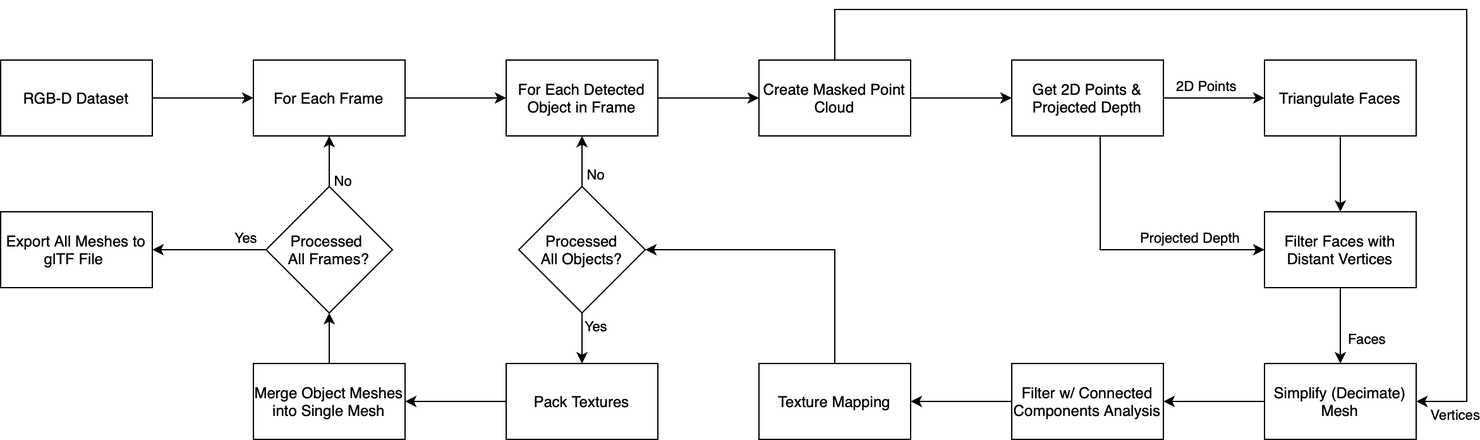
This is images/vtm_dynamic_mesh_reconstruction.png from AnthonyDickson/HIVE, a draw.io export, as it was before one commit. Source tidied: cells renumbered, new cells last; positions are measured from the earlier drawing's top-left corner, leaving out a move shared by most shapes.
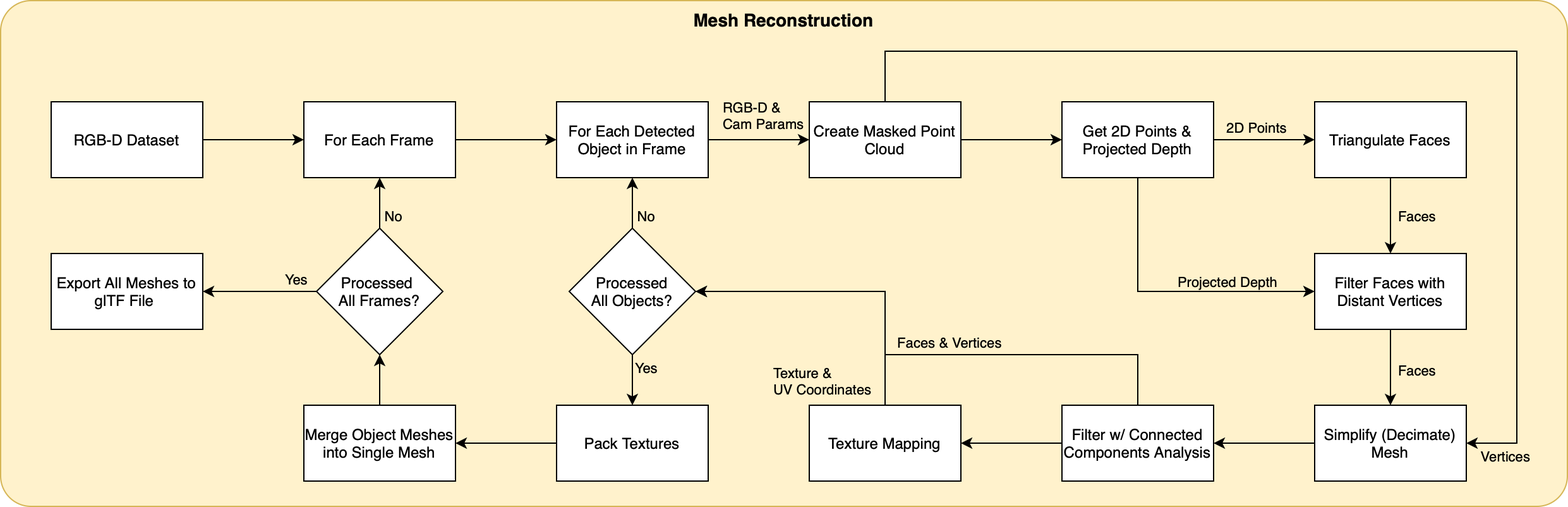
The same diagram one commit later.

Commit message:
Update diagrams in README.md and add source files for diagrams.

Diff of the diagram source:
```diff
@@ -2,31 +2,39 @@
   <root>
     <mxCell id="0" />
     <mxCell id="1" parent="0" />
+    <mxCell id="44" style="rounded=1;whiteSpace=wrap;html=1;arcSize=6;fillColor=#fff2cc;strokeColor=#d6b656;labelBackgroundColor=none;" parent="1" vertex="1">
+      <mxGeometry x="-40" y="-40" width="1240" height="400" as="geometry" />
+    </mxCell>
-    <mxCell id="2" style="rounded=0;whiteSpace=wrap;html=1;" parent="1" vertex="1">
+    <mxCell id="2" style="rounded=0;whiteSpace=wrap;html=1;labelBackgroundColor=none;" parent="1" vertex="1">
       <mxGeometry y="40" width="120" height="60" as="geometry" />
     </mxCell>
-    <mxCell id="3" style="edgeStyle=orthogonalEdgeStyle;rounded=0;jettySize=auto;html=1;" parent="1" edge="1" source="4" target="6">
+    <mxCell id="3" style="edgeStyle=orthogonalEdgeStyle;rounded=0;jettySize=auto;html=1;labelBackgroundColor=none;" parent="1" edge="1" source="4" target="6">
       <mxGeometry relative="1" as="geometry" />
     </mxCell>
-    <mxCell id="4" value="RGB-D Dataset" style="rounded=0;whiteSpace=wrap;html=1;" parent="1" vertex="1">
+    <mxCell id="4" value="RGB-D Dataset" style="rounded=0;whiteSpace=wrap;html=1;labelBackgroundColor=none;" parent="1" vertex="1">
       <mxGeometry y="40" width="120" height="60" as="geometry" />
     </mxCell>
-    <mxCell id="5" style="edgeStyle=orthogonalEdgeStyle;rounded=0;jettySize=auto;html=1;" parent="1" edge="1" source="6" target="8">
+    <mxCell id="5" style="edgeStyle=orthogonalEdgeStyle;rounded=0;jettySize=auto;html=1;labelBackgroundColor=none;" parent="1" edge="1" source="6" target="8">
       <mxGeometry relative="1" as="geometry" />
     </mxCell>
-    <mxCell id="6" value="For Each Frame" style="rounded=0;whiteSpace=wrap;html=1;" parent="1" vertex="1">
+    <mxCell id="6" value="For Each Frame" style="rounded=0;whiteSpace=wrap;html=1;labelBackgroundColor=none;" parent="1" vertex="1">
       <mxGeometry x="200" y="40" width="120" height="60" as="geometry" />
     </mxCell>
-    <mxCell id="7" style="edgeStyle=orthogonalEdgeStyle;rounded=0;jettySize=auto;html=1;" parent="1" edge="1" source="8" target="12">
+    <mxCell id="7" style="edgeStyle=orthogonalEdgeStyle;rounded=0;jettySize=auto;html=1;labelBackgroundColor=none;" parent="1" edge="1" source="8" target="12">
       <mxGeometry relative="1" as="geometry" />
     </mxCell>
+    <mxCell id="45" value="RGB-D &amp;amp;&amp;nbsp;&lt;br&gt;Cam Params" style="edgeLabel;html=1;align=left;verticalAlign=middle;labelBackgroundColor=none;" parent="7" vertex="1">
+      <mxGeometry x="-0.38" y="-2" relative="1" as="geometry">
+        <mxPoint x="-15" y="-22" as="offset" />
+      </mxGeometry>
+    </mxCell>
-    <mxCell id="8" value="For Each Detected Object in Frame" style="rounded=0;whiteSpace=wrap;html=1;" parent="1" vertex="1">
+    <mxCell id="8" value="For Each Detected Object in Frame" style="rounded=0;whiteSpace=wrap;html=1;labelBackgroundColor=none;" parent="1" vertex="1">
       <mxGeometry x="400" y="40" width="120" height="60" as="geometry" />
     </mxCell>
-    <mxCell id="9" style="edgeStyle=orthogonalEdgeStyle;rounded=0;jettySize=auto;html=1;" parent="1" edge="1" source="12" target="17">
+    <mxCell id="9" style="edgeStyle=orthogonalEdgeStyle;rounded=0;jettySize=auto;html=1;labelBackgroundColor=none;" parent="1" edge="1" source="12" target="17">
       <mxGeometry relative="1" as="geometry" />
     </mxCell>
-    <mxCell id="10" style="edgeStyle=orthogonalEdgeStyle;rounded=0;jettySize=auto;html=1;exitX=0.5;exitY=0;exitDx=0;exitDy=0;entryX=1;entryY=0.5;entryDx=0;entryDy=0;" parent="1" edge="1" source="12" target="24">
+    <mxCell id="10" style="edgeStyle=orthogonalEdgeStyle;rounded=0;jettySize=auto;html=1;exitX=0.5;exitY=0;exitDx=0;exitDy=0;entryX=1;entryY=0.5;entryDx=0;entryDy=0;labelBackgroundColor=none;" parent="1" edge="1" source="12" target="24">
       <mxGeometry relative="1" as="geometry">
         <Array as="points">
           <mxPoint x="660" />
@@ -35,44 +43,49 @@
         </Array>
       </mxGeometry>
     </mxCell>
-    <mxCell id="11" value="Vertices" style="edgeLabel;html=1;align=center;verticalAlign=middle;" parent="10" vertex="1">
+    <mxCell id="11" value="Vertices" style="edgeLabel;html=1;align=center;verticalAlign=middle;labelBackgroundColor=none;" parent="10" vertex="1">
       <mxGeometry x="0.69" y="-3" relative="1" as="geometry">
         <mxPoint x="-7" y="106" as="offset" />
       </mxGeometry>
     </mxCell>
-    <mxCell id="12" value="Create Masked Point Cloud" style="rounded=0;whiteSpace=wrap;html=1;" parent="1" vertex="1">
+    <mxCell id="12" value="Create Masked Point Cloud" style="rounded=0;whiteSpace=wrap;html=1;labelBackgroundColor=none;" parent="1" vertex="1">
       <mxGeometry x="600" y="40" width="120" height="60" as="geometry" />
     </mxCell>
-    <mxCell id="13" style="edgeStyle=orthogonalEdgeStyle;rounded=0;jettySize=auto;html=1;" parent="1" edge="1" source="17" target="19">
+    <mxCell id="13" style="edgeStyle=orthogonalEdgeStyle;rounded=0;jettySize=auto;html=1;labelBackgroundColor=none;" parent="1" edge="1" source="17" target="19">
       <mxGeometry relative="1" as="geometry" />
     </mxCell>
-    <mxCell id="14" value="2D Points" style="edgeLabel;html=1;align=center;verticalAlign=middle;" parent="13" vertex="1">
+    <mxCell id="14" value="2D Points" style="edgeLabel;html=1;align=center;verticalAlign=middle;labelBackgroundColor=none;" parent="13" vertex="1">
       <mxGeometry x="-0.3" y="2" relative="1" as="geometry">
         <mxPoint x="5" y="-8" as="offset" />
       </mxGeometry>
     </mxCell>
-    <mxCell id="15" style="edgeStyle=orthogonalEdgeStyle;rounded=0;jettySize=auto;html=1;entryX=0;entryY=0.5;entryDx=0;entryDy=0;" parent="1" edge="1" source="17" target="22">
+    <mxCell id="15" style="edgeStyle=orthogonalEdgeStyle;rounded=0;jettySize=auto;html=1;entryX=0;entryY=0.5;entryDx=0;entryDy=0;labelBackgroundColor=none;exitX=0.5;exitY=1;exitDx=0;exitDy=0;" parent="1" edge="1" source="17" target="22">
       <mxGeometry relative="1" as="geometry">
         <Array as="points">
-          <mxPoint x="870" y="190" />
+          <mxPoint x="860" y="190" />
         </Array>
       </mxGeometry>
     </mxCell>
-    <mxCell id="16" value="Projected Depth" style="edgeLabel;html=1;align=center;verticalAlign=middle;" parent="15" vertex="1">
+    <mxCell id="16" value="Projected Depth" style="edgeLabel;html=1;align=center;verticalAlign=middle;labelBackgroundColor=none;" parent="15" vertex="1">
       <mxGeometry x="-0.7" y="4" relative="1" as="geometry">
         <mxPoint x="66" y="47" as="offset" />
       </mxGeometry>
     </mxCell>
-    <mxCell id="17" value="Get 2D Points &amp;amp; Projected Depth" style="rounded=0;whiteSpace=wrap;html=1;" parent="1" vertex="1">
+    <mxCell id="17" value="Get 2D Points &amp;amp; Projected Depth" style="rounded=0;whiteSpace=wrap;html=1;labelBackgroundColor=none;" parent="1" vertex="1">
       <mxGeometry x="800" y="40" width="120" height="60" as="geometry" />
     </mxCell>
-    <mxCell id="18" style="edgeStyle=orthogonalEdgeStyle;rounded=0;jettySize=auto;html=1;" parent="1" edge="1" source="19" target="22">
+    <mxCell id="18" style="edgeStyle=orthogonalEdgeStyle;rounded=0;jettySize=auto;html=1;labelBackgroundColor=none;" parent="1" edge="1" source="19" target="22">
       <mxGeometry relative="1" as="geometry" />
     </mxCell>
+    <mxCell id="46" value="Faces" style="edgeLabel;html=1;align=center;verticalAlign=middle;labelBackgroundColor=none;" parent="18" vertex="1">
+      <mxGeometry x="-0.33" y="2" relative="1" as="geometry">
+        <mxPoint x="18" y="10" as="offset" />
+      </mxGeometry>
+    </mxCell>
-    <mxCell id="19" value="Triangulate Faces" style="rounded=0;whiteSpace=wrap;html=1;" parent="1" vertex="1">
+    <mxCell id="19" value="Triangulate Faces" style="rounded=0;whiteSpace=wrap;html=1;labelBackgroundColor=none;" parent="1" vertex="1">
       <mxGeometry x="1000" y="40" width="120" height="60" as="geometry" />
     </mxCell>
-    <mxCell id="20" style="edgeStyle=orthogonalEdgeStyle;rounded=0;jettySize=auto;html=1;" parent="1" edge="1" source="22" target="24">
+    <mxCell id="20" style="edgeStyle=orthogonalEdgeStyle;rounded=0;jettySize=auto;html=1;labelBackgroundColor=none;" parent="1" edge="1" source="22" target="24">
       <mxGeometry relative="1" as="geometry">
         <Array as="points">
           <mxPoint x="1060" y="230" />
@@ -80,88 +93,110 @@
         </Array>
       </mxGeometry>
     </mxCell>
-    <mxCell id="21" value="Faces" style="edgeLabel;html=1;align=center;verticalAlign=middle;" parent="20" vertex="1">
-      <mxGeometry x="-0.15" y="1" relative="1" as="geometry">
-        <mxPoint x="19" y="14" as="offset" />
-      </mxGeometry>
-    </mxCell>
+    <mxCell id="47" value="Faces" style="edgeLabel;html=1;align=center;verticalAlign=middle;labelBackgroundColor=none;" parent="20" vertex="1">
+      <mxGeometry x="0.07" relative="1" as="geometry">
+        <mxPoint x="20" as="offset" />
+      </mxGeometry>
+    </mxCell>
-    <mxCell id="22" value="Filter Faces with Distant Vertices" style="rounded=0;whiteSpace=wrap;html=1;" parent="1" vertex="1">
+    <mxCell id="22" value="Filter Faces with Distant Vertices" style="rounded=0;whiteSpace=wrap;html=1;labelBackgroundColor=none;" parent="1" vertex="1">
       <mxGeometry x="1000" y="160" width="120" height="60" as="geometry" />
     </mxCell>
-    <mxCell id="23" style="edgeStyle=orthogonalEdgeStyle;rounded=0;jettySize=auto;html=1;exitX=0;exitY=0.5;exitDx=0;exitDy=0;" parent="1" edge="1" source="24" target="26">
+    <mxCell id="23" style="edgeStyle=orthogonalEdgeStyle;rounded=0;jettySize=auto;html=1;exitX=0;exitY=0.5;exitDx=0;exitDy=0;labelBackgroundColor=none;" parent="1" edge="1" source="24" target="26">
       <mxGeometry relative="1" as="geometry" />
     </mxCell>
-    <mxCell id="24" value="Simplify (Decimate) Mesh" style="rounded=0;whiteSpace=wrap;html=1;" parent="1" vertex="1">
+    <mxCell id="24" value="Simplify (Decimate) Mesh" style="rounded=0;whiteSpace=wrap;html=1;labelBackgroundColor=none;" parent="1" vertex="1">
       <mxGeometry x="1000" y="280" width="120" height="60" as="geometry" />
     </mxCell>
-    <mxCell id="25" style="edgeStyle=orthogonalEdgeStyle;rounded=0;jettySize=auto;html=1;" parent="1" edge="1" source="26" target="28">
+    <mxCell id="25" style="edgeStyle=orthogonalEdgeStyle;rounded=0;jettySize=auto;html=1;labelBackgroundColor=none;" parent="1" edge="1" source="26" target="28">
       <mxGeometry relative="1" as="geometry" />
     </mxCell>
+    <mxCell id="48" style="edgeStyle=orthogonalEdgeStyle;rounded=0;jettySize=auto;html=1;exitX=0.5;exitY=0;exitDx=0;exitDy=0;entryX=1;entryY=0.5;entryDx=0;entryDy=0;labelBackgroundColor=none;" parent="1" edge="1" source="26" target="33">
+      <mxGeometry relative="1" as="geometry">
+        <Array as="points">
+          <mxPoint x="860" y="240" />
+          <mxPoint x="660" y="240" />
+          <mxPoint x="660" y="190" />
+        </Array>
+      </mxGeometry>
+    </mxCell>
+    <mxCell id="49" value="Faces &amp;amp; Vertices" style="edgeLabel;html=1;align=center;verticalAlign=middle;labelBackgroundColor=none;" parent="48" vertex="1">
+      <mxGeometry x="-0.35" relative="1" as="geometry">
+        <mxPoint x="-46" y="-10" as="offset" />
+      </mxGeometry>
+    </mxCell>
-    <mxCell id="26" value="Filter w/ Connected Components Analysis" style="rounded=0;whiteSpace=wrap;html=1;" parent="1" vertex="1">
+    <mxCell id="26" value="Filter w/ Connected Components Analysis" style="rounded=0;whiteSpace=wrap;html=1;labelBackgroundColor=none;" parent="1" vertex="1">
       <mxGeometry x="800" y="280" width="120" height="60" as="geometry" />
     </mxCell>
-    <mxCell id="27" style="edgeStyle=orthogonalEdgeStyle;rounded=0;jettySize=auto;html=1;" parent="1" edge="1" source="28" target="33">
+    <mxCell id="27" style="edgeStyle=orthogonalEdgeStyle;rounded=0;jettySize=auto;html=1;labelBackgroundColor=none;" parent="1" edge="1" source="28" target="33">
       <mxGeometry relative="1" as="geometry">
         <Array as="points">
           <mxPoint x="660" y="190" />
         </Array>
       </mxGeometry>
     </mxCell>
+    <mxCell id="50" value="Texture &amp;amp;&lt;br&gt;UV Coordinates" style="edgeLabel;html=1;align=left;verticalAlign=middle;labelBackgroundColor=none;" parent="27" vertex="1">
+      <mxGeometry x="-0.55" y="-1" relative="1" as="geometry">
+        <mxPoint x="-91" y="34" as="offset" />
+      </mxGeometry>
+    </mxCell>
-    <mxCell id="28" value="Texture Mapping" style="rounded=0;whiteSpace=wrap;html=1;" parent="1" vertex="1">
+    <mxCell id="28" value="Texture Mapping" style="rounded=0;whiteSpace=wrap;html=1;labelBackgroundColor=none;" parent="1" vertex="1">
       <mxGeometry x="600" y="280" width="120" height="60" as="geometry" />
     </mxCell>
-    <mxCell id="29" style="edgeStyle=orthogonalEdgeStyle;rounded=0;jettySize=auto;html=1;" parent="1" edge="1" source="33" target="35">
+    <mxCell id="29" style="edgeStyle=orthogonalEdgeStyle;rounded=0;jettySize=auto;html=1;labelBackgroundColor=none;" parent="1" edge="1" source="33" target="35">
       <mxGeometry relative="1" as="geometry" />
     </mxCell>
-    <mxCell id="30" value="Yes" style="edgeLabel;html=1;align=center;verticalAlign=middle;" parent="29" vertex="1">
+    <mxCell id="30" value="Yes" style="edgeLabel;html=1;align=center;verticalAlign=middle;labelBackgroundColor=none;" parent="29" vertex="1">
       <mxGeometry x="-0.3" y="3" relative="1" as="geometry">
         <mxPoint x="7" y="-4" as="offset" />
       </mxGeometry>
     </mxCell>
-    <mxCell id="31" style="edgeStyle=orthogonalEdgeStyle;rounded=0;jettySize=auto;html=1;" parent="1" edge="1" source="33" target="8">
+    <mxCell id="31" style="edgeStyle=orthogonalEdgeStyle;rounded=0;jettySize=auto;html=1;labelBackgroundColor=none;" parent="1" edge="1" source="33" target="8">
       <mxGeometry relative="1" as="geometry" />
     </mxCell>
-    <mxCell id="32" value="No" style="edgeLabel;html=1;align=center;verticalAlign=middle;" parent="31" vertex="1">
+    <mxCell id="32" value="No" style="edgeLabel;html=1;align=center;verticalAlign=middle;labelBackgroundColor=none;" parent="31" vertex="1">
       <mxGeometry x="-0.28" y="-3" relative="1" as="geometry">
         <mxPoint x="7" y="4" as="offset" />
       </mxGeometry>
     </mxCell>
-    <mxCell id="33" value="Processed&lt;br&gt;All Objects?" style="rhombus;whiteSpace=wrap;html=1;rounded=0;" parent="1" vertex="1">
+    <mxCell id="33" value="Processed&lt;br&gt;All Objects?" style="rhombus;whiteSpace=wrap;html=1;rounded=0;labelBackgroundColor=none;" parent="1" vertex="1">
       <mxGeometry x="410" y="140" width="100" height="100" as="geometry" />
     </mxCell>
-    <mxCell id="34" style="edgeStyle=orthogonalEdgeStyle;rounded=0;jettySize=auto;html=1;" parent="1" edge="1" source="35" target="37">
+    <mxCell id="34" style="edgeStyle=orthogonalEdgeStyle;rounded=0;jettySize=auto;html=1;labelBackgroundColor=none;" parent="1" edge="1" source="35" target="37">
       <mxGeometry relative="1" as="geometry" />
     </mxCell>
-    <mxCell id="35" value="Pack Textures" style="whiteSpace=wrap;html=1;rounded=0;" parent="1" vertex="1">
+    <mxCell id="35" value="Pack Textures" style="whiteSpace=wrap;html=1;rounded=0;labelBackgroundColor=none;" parent="1" vertex="1">
       <mxGeometry x="400" y="280" width="120" height="60" as="geometry" />
     </mxCell>
-    <mxCell id="36" style="edgeStyle=orthogonalEdgeStyle;rounded=0;jettySize=auto;html=1;" parent="1" edge="1" source="37" target="42">
+    <mxCell id="36" style="edgeStyle=orthogonalEdgeStyle;rounded=0;jettySize=auto;html=1;labelBackgroundColor=none;" parent="1" edge="1" source="37" target="42">
       <mxGeometry relative="1" as="geometry" />
     </mxCell>
-    <mxCell id="37" value="Merge Object Meshes into Single Mesh" style="whiteSpace=wrap;html=1;rounded=0;" parent="1" vertex="1">
+    <mxCell id="37" value="Merge Object Meshes into Single Mesh" style="whiteSpace=wrap;html=1;rounded=0;labelBackgroundColor=none;" parent="1" vertex="1">
       <mxGeometry x="200" y="280" width="120" height="60" as="geometry" />
     </mxCell>
-    <mxCell id="38" style="edgeStyle=orthogonalEdgeStyle;rounded=0;jettySize=auto;html=1;" parent="1" edge="1" source="42" target="43">
+    <mxCell id="38" style="edgeStyle=orthogonalEdgeStyle;rounded=0;jettySize=auto;html=1;labelBackgroundColor=none;" parent="1" edge="1" source="42" target="43">
       <mxGeometry relative="1" as="geometry" />
     </mxCell>
-    <mxCell id="39" value="Yes" style="edgeLabel;html=1;align=center;verticalAlign=middle;" parent="38" vertex="1">
+    <mxCell id="39" value="Yes" style="edgeLabel;html=1;align=center;verticalAlign=middle;labelBackgroundColor=none;" parent="38" vertex="1">
       <mxGeometry x="-0.4" y="1" relative="1" as="geometry">
         <mxPoint x="10" y="-11" as="offset" />
       </mxGeometry>
     </mxCell>
-    <mxCell id="40" style="edgeStyle=orthogonalEdgeStyle;rounded=0;jettySize=auto;html=1;" parent="1" edge="1" source="42" target="6">
+    <mxCell id="40" style="edgeStyle=orthogonalEdgeStyle;rounded=0;jettySize=auto;html=1;labelBackgroundColor=none;" parent="1" edge="1" source="42" target="6">
       <mxGeometry relative="1" as="geometry" />
     </mxCell>
-    <mxCell id="41" value="No" style="edgeLabel;html=1;align=center;verticalAlign=middle;" parent="40" vertex="1">
+    <mxCell id="41" value="No" style="edgeLabel;html=1;align=center;verticalAlign=middle;labelBackgroundColor=none;" parent="40" vertex="1">
       <mxGeometry x="-0.04" y="-2" relative="1" as="geometry">
-        <mxPoint x="8" y="14" as="offset" />
+        <mxPoint x="8" y="9" as="offset" />
       </mxGeometry>
     </mxCell>
-    <mxCell id="42" value="Processed &lt;br&gt;All Frames?" style="rhombus;whiteSpace=wrap;html=1;rounded=0;" parent="1" vertex="1">
+    <mxCell id="42" value="Processed &lt;br&gt;All Frames?" style="rhombus;whiteSpace=wrap;html=1;rounded=0;labelBackgroundColor=none;" parent="1" vertex="1">
       <mxGeometry x="210" y="140" width="100" height="100" as="geometry" />
     </mxCell>
-    <mxCell id="43" value="Export All Meshes to glTF File&amp;nbsp;" style="whiteSpace=wrap;html=1;rounded=0;" parent="1" vertex="1">
+    <mxCell id="43" value="Export All Meshes to glTF File&amp;nbsp;" style="whiteSpace=wrap;html=1;rounded=0;labelBackgroundColor=none;" parent="1" vertex="1">
       <mxGeometry y="160" width="120" height="60" as="geometry" />
     </mxCell>
+    <mxCell id="51" value="&lt;b style=&quot;font-size: 14px;&quot;&gt;Mesh&amp;nbsp;Reconstruction&lt;/b&gt;" style="text;html=1;strokeColor=none;fillColor=none;align=center;verticalAlign=middle;whiteSpace=wrap;rounded=0;labelBackgroundColor=none;fontSize=14;" parent="1" vertex="1">
+      <mxGeometry x="515" y="-40" width="130" height="30" as="geometry" />
+    </mxCell>
   </root>
 </mxGraphModel>
```
